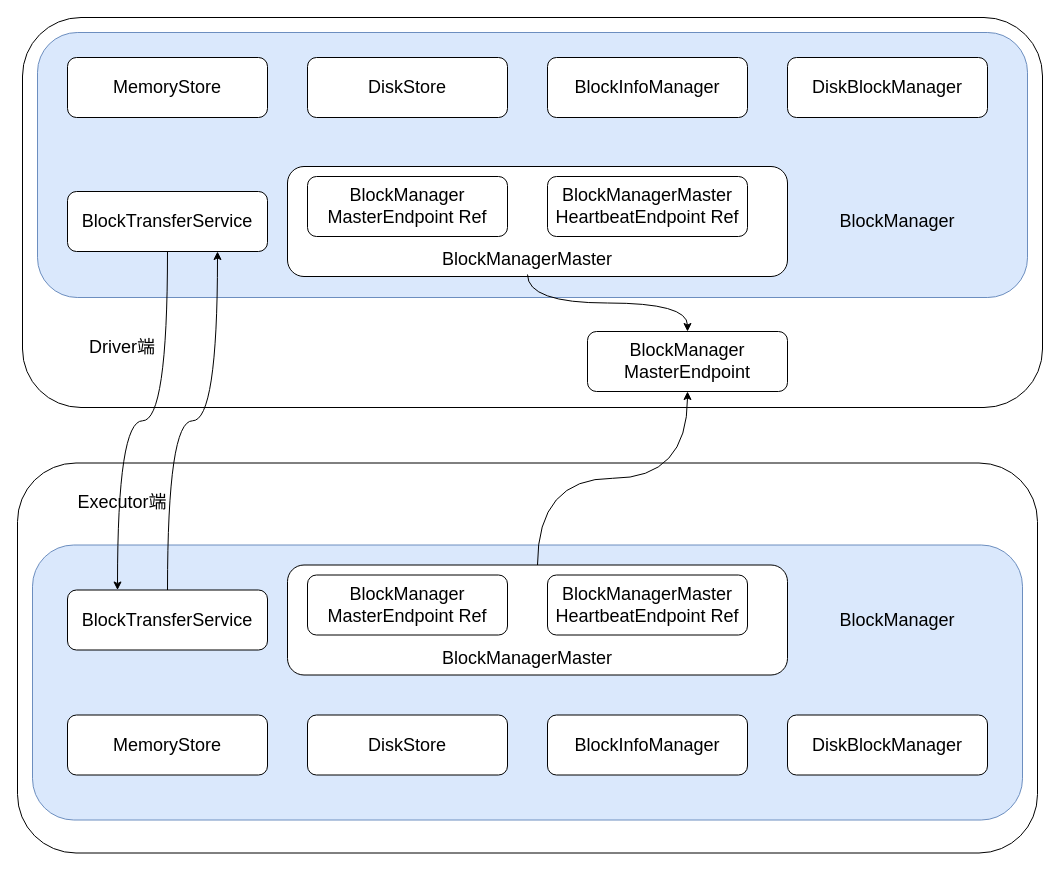
Above: imgs/spark/spark_blockmanager_structure.drawio in rainsbaby/notebook (draw.io), before the change. Source tidied: cells renumbered, new cells numbered last; positions are measured from the earlier drawing's top-left corner, leaving out a move shared by most shapes. Both pictures are drawn from the tidied source at 100%, with x=0, y=0 at pixel (17, 17).
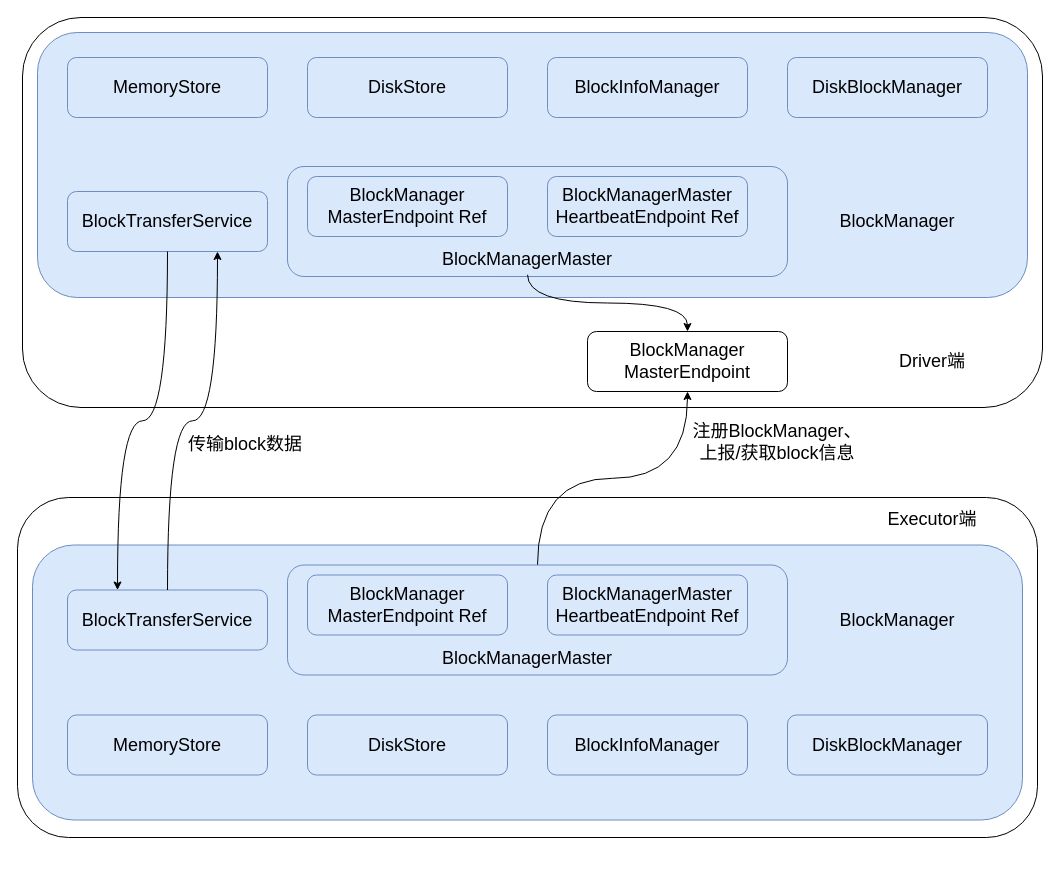
The same diagram, later.

What changed in the source:
```diff
@@
     <mxCell id="2" style="rounded=1;whiteSpace=wrap;html=1;fontSize=18;" parent="1" vertex="1">
-      <mxGeometry y="445.5" width="1020" height="390" as="geometry" />
+      <mxGeometry y="480" width="1020" height="340" as="geometry" />
     </mxCell>
@@
-    <mxCell id="5" style="rounded=1;whiteSpace=wrap;html=1;fontSize=18;" parent="1" vertex="1">
+    <mxCell id="5" style="rounded=1;whiteSpace=wrap;html=1;fontSize=18;fillColor=#dae8fc;strokeColor=#6c8ebf;" parent="1" vertex="1">
       <mxGeometry x="270" y="149" width="500" height="110" as="geometry" />
     </mxCell>
-    <mxCell id="6" value="&lt;div&gt;BlockManager&lt;/div&gt;&lt;div&gt;MasterEndpoint Ref&lt;br&gt;&lt;/div&gt;" style="rounded=1;whiteSpace=wrap;html=1;fontSize=18;" parent="1" vertex="1">
+    <mxCell id="6" value="&lt;div&gt;BlockManager&lt;/div&gt;&lt;div&gt;MasterEndpoint Ref&lt;br&gt;&lt;/div&gt;" style="rounded=1;whiteSpace=wrap;html=1;fontSize=18;fillColor=#dae8fc;strokeColor=#6c8ebf;" parent="1" vertex="1">
       <mxGeometry x="290" y="159" width="200" height="60" as="geometry" />
     </mxCell>
@@
-    <mxCell id="9" value="&lt;div&gt;BlockManagerMaster&lt;/div&gt;&lt;div&gt;HeartbeatEndpoint Ref&lt;br&gt;&lt;/div&gt;" style="rounded=1;whiteSpace=wrap;html=1;fontSize=18;" parent="1" vertex="1">
+    <mxCell id="9" value="&lt;div&gt;BlockManagerMaster&lt;/div&gt;&lt;div&gt;HeartbeatEndpoint Ref&lt;br&gt;&lt;/div&gt;" style="rounded=1;whiteSpace=wrap;html=1;fontSize=18;fillColor=#dae8fc;strokeColor=#6c8ebf;" parent="1" vertex="1">
       <mxGeometry x="530" y="159" width="200" height="60" as="geometry" />
     </mxCell>
-    <mxCell id="10" value="BlockTransferService" style="rounded=1;whiteSpace=wrap;html=1;fontSize=18;" parent="1" vertex="1">
+    <mxCell id="10" value="BlockTransferService" style="rounded=1;whiteSpace=wrap;html=1;fontSize=18;fillColor=#dae8fc;strokeColor=#6c8ebf;" parent="1" vertex="1">
       <mxGeometry x="50" y="174" width="200" height="60" as="geometry" />
     </mxCell>
-    <mxCell id="11" value="BlockManagerMaster" style="text;html=1;strokeColor=none;fillColor=none;align=center;verticalAlign=middle;whiteSpace=wrap;rounded=0;fontSize=18;" parent="1" vertex="1">
+    <mxCell id="11" value="BlockManagerMaster" style="text;html=1;strokeColor=none;fillColor=#dae8fc;align=center;verticalAlign=middle;whiteSpace=wrap;rounded=0;fontSize=18;" parent="1" vertex="1">
       <mxGeometry x="480" y="227" width="60" height="30" as="geometry" />
     </mxCell>
-    <mxCell id="12" value="DiskStore" style="rounded=1;whiteSpace=wrap;html=1;fontSize=18;" parent="1" vertex="1">
+    <mxCell id="12" value="DiskStore" style="rounded=1;whiteSpace=wrap;html=1;fontSize=18;fillColor=#dae8fc;strokeColor=#6c8ebf;" parent="1" vertex="1">
       <mxGeometry x="290" y="40" width="200" height="60" as="geometry" />
     </mxCell>
-    <mxCell id="13" value="MemoryStore" style="rounded=1;whiteSpace=wrap;html=1;fontSize=18;" parent="1" vertex="1">
+    <mxCell id="13" value="MemoryStore" style="rounded=1;whiteSpace=wrap;html=1;fontSize=18;fillColor=#dae8fc;strokeColor=#6c8ebf;" parent="1" vertex="1">
       <mxGeometry x="50" y="40" width="200" height="60" as="geometry" />
     </mxCell>
-    <mxCell id="14" value="BlockInfoManager" style="rounded=1;whiteSpace=wrap;html=1;fontSize=18;" parent="1" vertex="1">
+    <mxCell id="14" value="BlockInfoManager" style="rounded=1;whiteSpace=wrap;html=1;fontSize=18;fillColor=#dae8fc;strokeColor=#6c8ebf;" parent="1" vertex="1">
       <mxGeometry x="530" y="40" width="200" height="60" as="geometry" />
     </mxCell>
-    <mxCell id="15" value="DiskBlockManager" style="rounded=1;whiteSpace=wrap;html=1;fontSize=18;" parent="1" vertex="1">
+    <mxCell id="15" value="DiskBlockManager" style="rounded=1;whiteSpace=wrap;html=1;fontSize=18;fillColor=#dae8fc;strokeColor=#6c8ebf;" parent="1" vertex="1">
       <mxGeometry x="770" y="40" width="200" height="60" as="geometry" />
     </mxCell>
-    <mxCell id="16" value="BlockManager" style="text;html=1;strokeColor=none;fillColor=none;align=center;verticalAlign=middle;whiteSpace=wrap;rounded=0;fontSize=18;" parent="1" vertex="1">
+    <mxCell id="16" value="BlockManager" style="text;html=1;strokeColor=none;fillColor=#dae8fc;align=center;verticalAlign=middle;whiteSpace=wrap;rounded=0;fontSize=18;" parent="1" vertex="1">
       <mxGeometry x="850" y="189" width="60" height="30" as="geometry" />
     </mxCell>
@@
-    <mxCell id="19" style="rounded=1;whiteSpace=wrap;html=1;fontSize=18;" parent="1" vertex="1">
+    <mxCell id="19" style="rounded=1;whiteSpace=wrap;html=1;fontSize=18;fillColor=#dae8fc;strokeColor=#6c8ebf;" parent="1" vertex="1">
       <mxGeometry x="270" y="547.5" width="500" height="110" as="geometry" />
     </mxCell>
-    <mxCell id="20" value="&lt;div&gt;BlockManager&lt;/div&gt;&lt;div&gt;MasterEndpoint Ref&lt;br&gt;&lt;/div&gt;" style="rounded=1;whiteSpace=wrap;html=1;fontSize=18;" parent="1" vertex="1">
+    <mxCell id="20" value="&lt;div&gt;BlockManager&lt;/div&gt;&lt;div&gt;MasterEndpoint Ref&lt;br&gt;&lt;/div&gt;" style="rounded=1;whiteSpace=wrap;html=1;fontSize=18;fillColor=#dae8fc;strokeColor=#6c8ebf;" parent="1" vertex="1">
       <mxGeometry x="290" y="557.5" width="200" height="60" as="geometry" />
     </mxCell>
-    <mxCell id="21" value="&lt;div&gt;BlockManagerMaster&lt;/div&gt;&lt;div&gt;HeartbeatEndpoint Ref&lt;br&gt;&lt;/div&gt;" style="rounded=1;whiteSpace=wrap;html=1;fontSize=18;" parent="1" vertex="1">
+    <mxCell id="21" value="&lt;div&gt;BlockManagerMaster&lt;/div&gt;&lt;div&gt;HeartbeatEndpoint Ref&lt;br&gt;&lt;/div&gt;" style="rounded=1;whiteSpace=wrap;html=1;fontSize=18;fillColor=#dae8fc;strokeColor=#6c8ebf;" parent="1" vertex="1">
       <mxGeometry x="530" y="557.5" width="200" height="60" as="geometry" />
     </mxCell>
-    <mxCell id="22" value="BlockTransferService" style="rounded=1;whiteSpace=wrap;html=1;fontSize=18;" parent="1" vertex="1">
+    <mxCell id="22" value="BlockTransferService" style="rounded=1;whiteSpace=wrap;html=1;fontSize=18;fillColor=#dae8fc;strokeColor=#6c8ebf;" parent="1" vertex="1">
       <mxGeometry x="50" y="572.5" width="200" height="60" as="geometry" />
     </mxCell>
-    <mxCell id="23" value="BlockManagerMaster" style="text;html=1;strokeColor=none;fillColor=none;align=center;verticalAlign=middle;whiteSpace=wrap;rounded=0;fontSize=18;" parent="1" vertex="1">
+    <mxCell id="23" value="BlockManagerMaster" style="text;html=1;strokeColor=none;fillColor=#dae8fc;align=center;verticalAlign=middle;whiteSpace=wrap;rounded=0;fontSize=18;" parent="1" vertex="1">
       <mxGeometry x="480" y="625.5" width="60" height="30" as="geometry" />
     </mxCell>
-    <mxCell id="24" value="DiskStore" style="rounded=1;whiteSpace=wrap;html=1;fontSize=18;" parent="1" vertex="1">
+    <mxCell id="24" value="DiskStore" style="rounded=1;whiteSpace=wrap;html=1;fontSize=18;fillColor=#dae8fc;strokeColor=#6c8ebf;" parent="1" vertex="1">
       <mxGeometry x="290" y="697.5" width="200" height="60" as="geometry" />
     </mxCell>
-    <mxCell id="25" value="MemoryStore" style="rounded=1;whiteSpace=wrap;html=1;fontSize=18;" parent="1" vertex="1">
+    <mxCell id="25" value="MemoryStore" style="rounded=1;whiteSpace=wrap;html=1;fontSize=18;fillColor=#dae8fc;strokeColor=#6c8ebf;" parent="1" vertex="1">
       <mxGeometry x="50" y="697.5" width="200" height="60" as="geometry" />
     </mxCell>
-    <mxCell id="26" value="BlockInfoManager" style="rounded=1;whiteSpace=wrap;html=1;fontSize=18;" parent="1" vertex="1">
+    <mxCell id="26" value="BlockInfoManager" style="rounded=1;whiteSpace=wrap;html=1;fontSize=18;fillColor=#dae8fc;strokeColor=#6c8ebf;" parent="1" vertex="1">
       <mxGeometry x="530" y="697.5" width="200" height="60" as="geometry" />
     </mxCell>
-    <mxCell id="27" value="DiskBlockManager" style="rounded=1;whiteSpace=wrap;html=1;fontSize=18;" parent="1" vertex="1">
+    <mxCell id="27" value="DiskBlockManager" style="rounded=1;whiteSpace=wrap;html=1;fontSize=18;fillColor=#dae8fc;strokeColor=#6c8ebf;" parent="1" vertex="1">
       <mxGeometry x="770" y="697.5" width="200" height="60" as="geometry" />
     </mxCell>
-    <mxCell id="28" value="BlockManager" style="text;html=1;strokeColor=none;fillColor=none;align=center;verticalAlign=middle;whiteSpace=wrap;rounded=0;fontSize=18;" parent="1" vertex="1">
+    <mxCell id="28" value="BlockManager" style="text;html=1;strokeColor=none;fillColor=#dae8fc;align=center;verticalAlign=middle;whiteSpace=wrap;rounded=0;fontSize=18;" parent="1" vertex="1">
       <mxGeometry x="850" y="587.5" width="60" height="30" as="geometry" />
     </mxCell>
     <mxCell id="29" value="Driver端" style="text;html=1;strokeColor=none;fillColor=none;align=center;verticalAlign=middle;whiteSpace=wrap;rounded=0;fontSize=18;" parent="1" vertex="1">
-      <mxGeometry x="50" y="315" width="110" height="30" as="geometry" />
+      <mxGeometry x="860" y="329" width="110" height="30" as="geometry" />
     </mxCell>
     <mxCell id="30" value="Executor端" style="text;html=1;strokeColor=none;fillColor=none;align=center;verticalAlign=middle;whiteSpace=wrap;rounded=0;fontSize=18;" parent="1" vertex="1">
-      <mxGeometry x="50" y="470" width="110" height="30" as="geometry" />
+      <mxGeometry x="860" y="487" width="110" height="30" as="geometry" />
     </mxCell>
@@
+    <mxCell id="33" value="注册BlockManager、上报/获取block信息" style="text;html=1;strokeColor=none;fillColor=none;align=center;verticalAlign=middle;whiteSpace=wrap;rounded=0;fontSize=18;" parent="1" vertex="1">
+      <mxGeometry x="670" y="410" width="180" height="30" as="geometry" />
+    </mxCell>
+    <mxCell id="34" value="传输block数据" style="text;html=1;strokeColor=none;fillColor=none;align=center;verticalAlign=middle;whiteSpace=wrap;rounded=0;fontSize=18;" parent="1" vertex="1">
+      <mxGeometry x="148" y="412" width="160" height="30" as="geometry" />
+    </mxCell>
```
